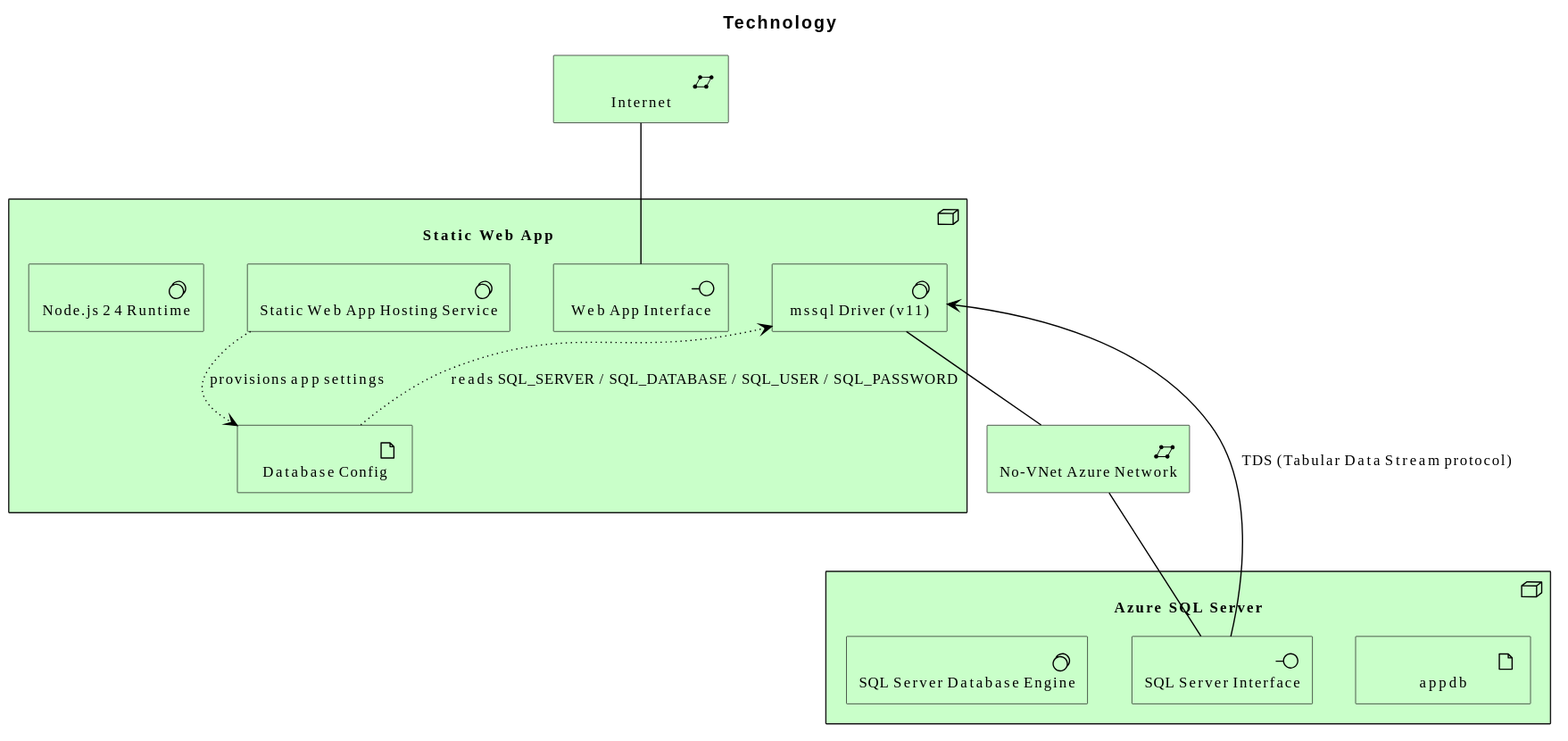
wolffy-au/frictionless-sample-azure keeps this PlantUML diagram as diagrams/technology/overview.svg. Above is the earlier version.
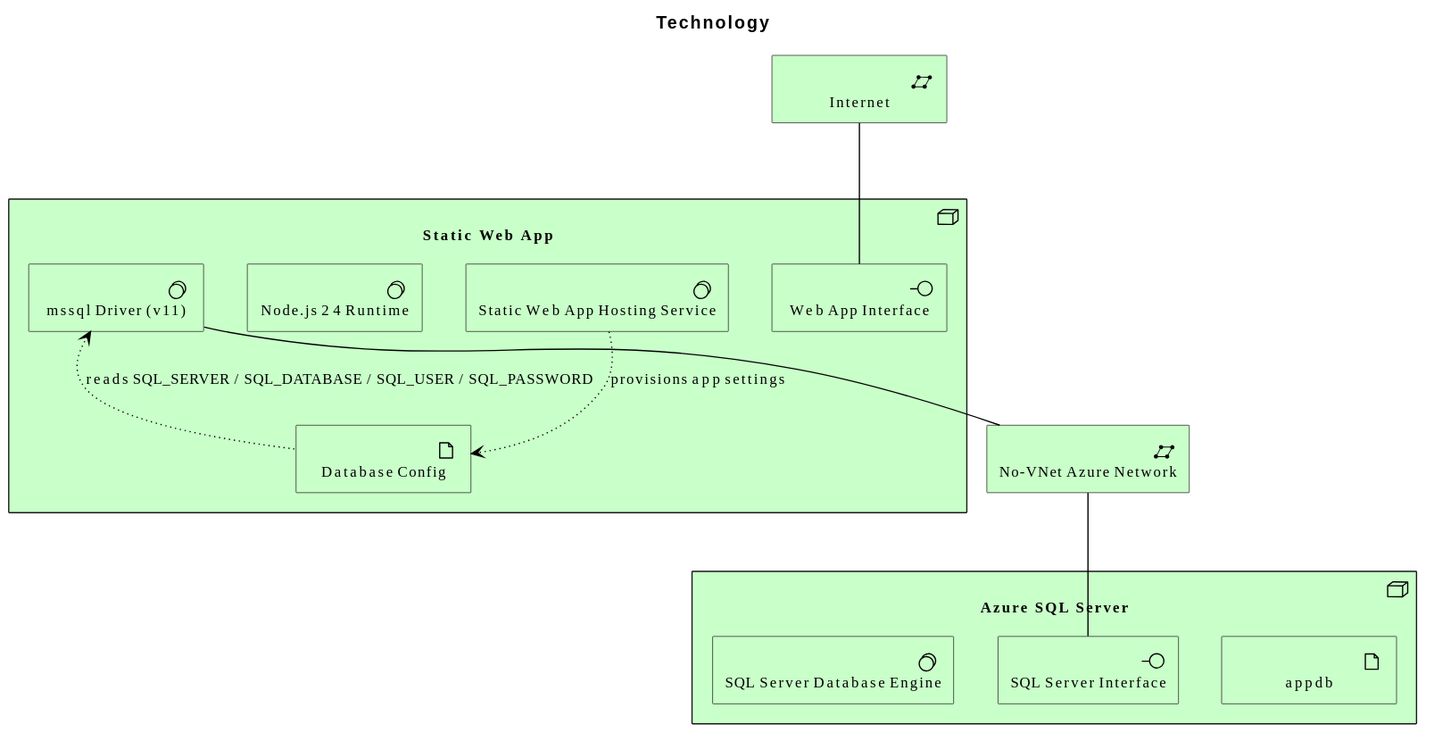
Later version of the same file.

Commit message:
refactor(architecture): drop redundant TDS Serving relationship in sample-azure

The edit, as a diff of the source:
```diff
@@ -21,7 +21,6 @@
 Rel_Association(e_id454e7b903b8357, e_id33cc192ee35e5b, "")
 Rel_Association(e_id5deb57760c7b5f, e_id76a7034dd9ab53, "")
 Rel_Access_w(e_id3b81282895f35e, e_id1ee4629338065d, "provisions app settings")
-Rel_Serving_Up(e_id76a7034dd9ab53, e_id4c5fc1cbb2f459, "TDS (Tabular Data Stream protocol)")
 Rel_Association(e_id4c5fc1cbb2f459, e_id5deb57760c7b5f, "")
 Rel_Access_r(e_id4c5fc1cbb2f459, e_id1ee4629338065d, "reads SQL_SERVER / SQL_DATABASE / SQL_USER / SQL_PASSWORD")
 @enduml
```
